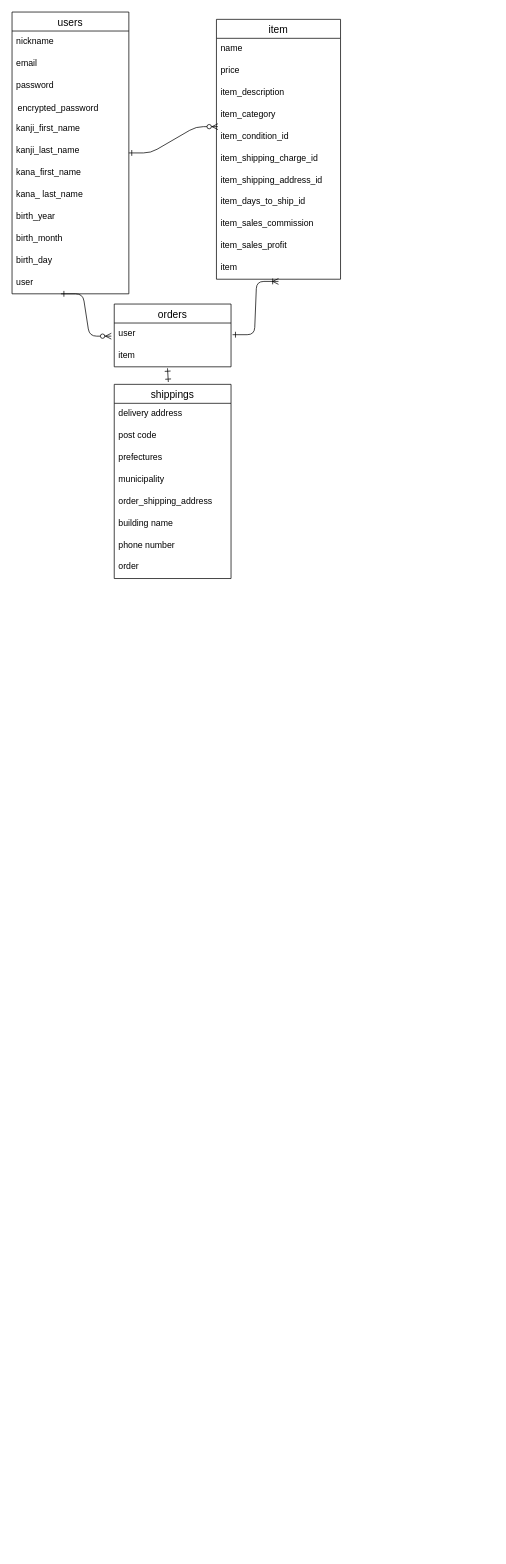
Above: app/views/items/test..dio in jinkorotan/furima-37447 (draw.io), before the change. Source tidied: cells renumbered, new cells numbered last; positions are measured from the earlier drawing's top-left corner, leaving out a move shared by most shapes. Both pictures are drawn from the tidied source at 73%, with x=0, y=0 at pixel (12, 12).
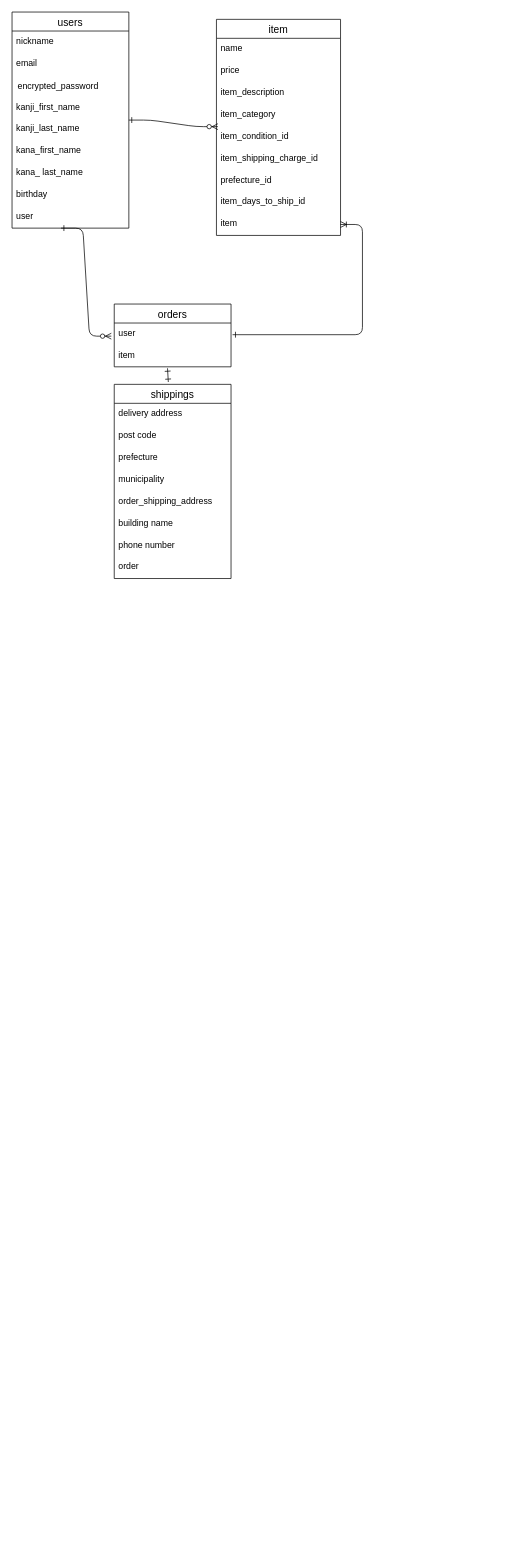
Above is the later version.

Unchanged cells that the change refers to:
```xml
<mxCell id="9" value="user" style="text;strokeColor=none;fillColor=none;spacingLeft=4;spacingRight=4;overflow=hidden;points=[[0,0.5],[1,0.5]];portConstraint=eastwest;fontSize=12;" parent="8" vertex="1">
  <mxGeometry y="26" width="160" height="30" as="geometry" />
</mxCell>
<mxCell id="36" value="shippings" style="swimlane;fontStyle=0;horizontal=1;startSize=26;align=center;fontSize=14;" parent="1" vertex="1">
  <mxGeometry x="140" y="510" width="160" height="266" as="geometry" />
</mxCell>
```

The edit, as a diff of the source:
```diff
@@
     <mxCell id="11" value="item" style="swimlane;fontStyle=0;horizontal=1;startSize=26;align=center;fontSize=14;" parent="1" vertex="1">
-      <mxGeometry x="280" y="10" width="170" height="356" as="geometry" />
+      <mxGeometry x="280" y="10" width="170" height="296" as="geometry" />
     </mxCell>
@@
-    <mxCell id="18" value="item_shipping_address_id" style="text;strokeColor=none;fillColor=none;spacingLeft=4;spacingRight=4;overflow=hidden;fontSize=12;" parent="11" vertex="1">
+    <mxCell id="18" value="prefecture_id" style="text;strokeColor=none;fillColor=none;spacingLeft=4;spacingRight=4;overflow=hidden;fontSize=12;" parent="11" vertex="1">
       <mxGeometry y="206" width="170" height="30" as="geometry" />
     </mxCell>
@@
-    <mxCell id="20" value="item_sales_commission" style="text;strokeColor=none;fillColor=none;spacingLeft=4;spacingRight=4;overflow=hidden;fontSize=12;" parent="11" vertex="1">
-      <mxGeometry y="266" width="170" height="30" as="geometry" />
-    </mxCell>
-    <mxCell id="21" value="item_sales_profit" style="text;strokeColor=none;fillColor=none;spacingLeft=4;spacingRight=4;overflow=hidden;fontSize=12;" parent="11" vertex="1">
-      <mxGeometry y="296" width="170" height="30" as="geometry" />
-    </mxCell>
     <mxCell id="22" value="item" style="text;strokeColor=none;fillColor=none;spacingLeft=4;spacingRight=4;overflow=hidden;points=[[0,0.5],[1,0.5]];portConstraint=eastwest;fontSize=12;" parent="11" vertex="1">
-      <mxGeometry y="326" width="170" height="30" as="geometry" />
+      <mxGeometry y="266" width="170" height="30" as="geometry" />
     </mxCell>
     <mxCell id="23" value="users" style="swimlane;fontStyle=0;horizontal=1;startSize=26;align=center;fontSize=14;" parent="1" vertex="1">
-      <mxGeometry width="160" height="386" as="geometry" />
+      <mxGeometry width="160" height="296" as="geometry" />
     </mxCell>
@@
-    <mxCell id="26" value="password" style="text;strokeColor=none;fillColor=none;spacingLeft=4;spacingRight=4;overflow=hidden;fontSize=12;" parent="23" vertex="1">
-      <mxGeometry y="86" width="160" height="30" as="geometry" />
-    </mxCell>
     <mxCell id="27" value="encrypted_password" style="shape=partialRectangle;fillColor=none;top=0;left=0;bottom=0;right=0;align=left;spacingLeft=6;overflow=hidden;" parent="23" vertex="1">
-      <mxGeometry y="116" width="160" height="30" as="geometry" />
+      <mxGeometry y="86" width="160" height="30" as="geometry" />
     </mxCell>
     <mxCell id="28" value="kanji_first_name" style="text;strokeColor=none;fillColor=none;spacingLeft=4;spacingRight=4;overflow=hidden;fontSize=12;" parent="23" vertex="1">
-      <mxGeometry y="146" width="160" height="30" as="geometry" />
+      <mxGeometry y="116" width="160" height="30" as="geometry" />
     </mxCell>
     <mxCell id="29" value="kanji_last_name" style="text;strokeColor=none;fillColor=none;spacingLeft=4;spacingRight=4;overflow=hidden;fontSize=12;" parent="23" vertex="1">
-      <mxGeometry y="176" width="160" height="30" as="geometry" />
+      <mxGeometry y="146" width="160" height="30" as="geometry" />
     </mxCell>
     <mxCell id="30" value="kana_first_name" style="text;strokeColor=none;fillColor=none;spacingLeft=4;spacingRight=4;overflow=hidden;fontSize=12;" parent="23" vertex="1">
-      <mxGeometry y="206" width="160" height="30" as="geometry" />
+      <mxGeometry y="176" width="160" height="30" as="geometry" />
     </mxCell>
     <mxCell id="31" value="kana_ last_name" style="text;strokeColor=none;fillColor=none;spacingLeft=4;spacingRight=4;overflow=hidden;fontSize=12;" parent="23" vertex="1">
-      <mxGeometry y="236" width="160" height="30" as="geometry" />
+      <mxGeometry y="206" width="160" height="30" as="geometry" />
     </mxCell>
-    <mxCell id="32" value="birth_year" style="text;strokeColor=none;fillColor=none;spacingLeft=4;spacingRight=4;overflow=hidden;fontSize=12;" parent="23" vertex="1">
-      <mxGeometry y="266" width="160" height="30" as="geometry" />
-    </mxCell>
-    <mxCell id="33" value="birth_month" style="text;strokeColor=none;fillColor=none;spacingLeft=4;spacingRight=4;overflow=hidden;fontSize=12;" parent="23" vertex="1">
-      <mxGeometry y="296" width="160" height="30" as="geometry" />
-    </mxCell>
-    <mxCell id="34" value="birth_day" style="text;strokeColor=none;fillColor=none;spacingLeft=4;spacingRight=4;overflow=hidden;fontSize=12;" parent="23" vertex="1">
-      <mxGeometry y="326" width="160" height="30" as="geometry" />
+    <mxCell id="34" value="birthday" style="text;strokeColor=none;fillColor=none;spacingLeft=4;spacingRight=4;overflow=hidden;fontSize=12;" parent="23" vertex="1">
+      <mxGeometry y="236" width="160" height="30" as="geometry" />
     </mxCell>
     <mxCell id="35" value="user" style="text;strokeColor=none;fillColor=none;spacingLeft=4;spacingRight=4;overflow=hidden;points=[[0,0.5],[1,0.5]];portConstraint=eastwest;fontSize=12;" parent="23" vertex="1">
-      <mxGeometry y="356" width="160" height="30" as="geometry" />
+      <mxGeometry y="266" width="160" height="30" as="geometry" />
     </mxCell>
@@
-    <mxCell id="39" value="prefectures" style="text;strokeColor=none;fillColor=none;spacingLeft=4;spacingRight=4;overflow=hidden;fontSize=12;" parent="36" vertex="1">
+    <mxCell id="39" value="prefecture" style="text;strokeColor=none;fillColor=none;spacingLeft=4;spacingRight=4;overflow=hidden;fontSize=12;" parent="36" vertex="1">
       <mxGeometry y="86" width="160" height="30" as="geometry" />
     </mxCell>
@@
-    <mxCell id="47" style="edgeStyle=entityRelationEdgeStyle;fontSize=12;html=1;endArrow=ERoneToMany;exitX=1.013;exitY=0.533;exitDx=0;exitDy=0;exitPerimeter=0;startArrow=ERone;startFill=0;" parent="1" edge="1" source="9">
-      <mxGeometry relative="1" as="geometry">
-        <mxPoint x="365" y="369" as="targetPoint" />
-      </mxGeometry>
+    <mxCell id="47" style="edgeStyle=entityRelationEdgeStyle;fontSize=12;html=1;endArrow=ERoneToMany;exitX=1.013;exitY=0.533;exitDx=0;exitDy=0;exitPerimeter=0;startArrow=ERone;startFill=0;" parent="1" edge="1" source="9" target="22">
+      <mxGeometry relative="1" as="geometry" />
     </mxCell>
```
